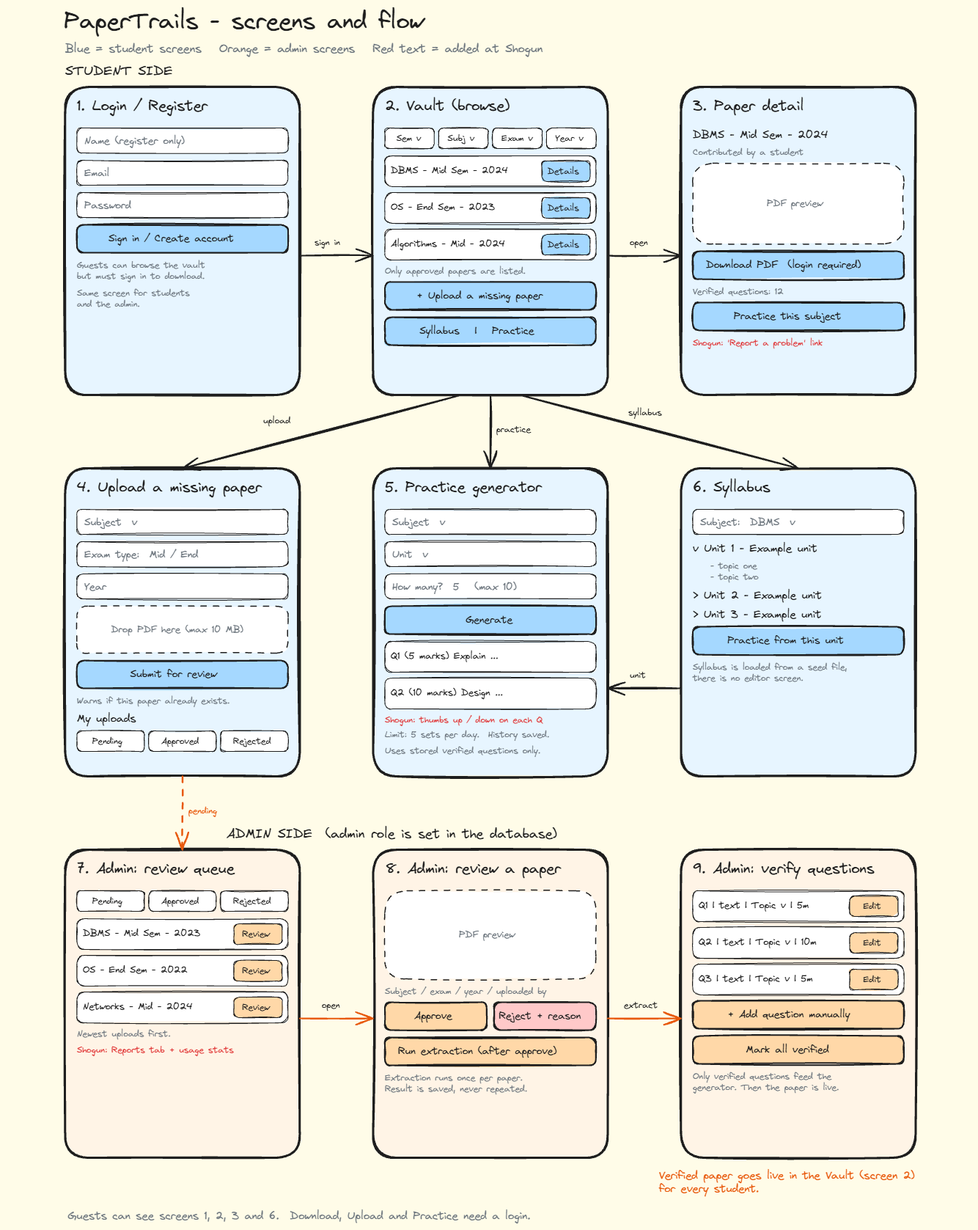
techiedanish/PaperTrail keeps this Excalidraw diagram as docs/sketch.png. Above is the earlier version. Source tidied: one line per element, renumbered; positions are measured from the earlier drawing's top-left corner, leaving out a move shared by most shapes.
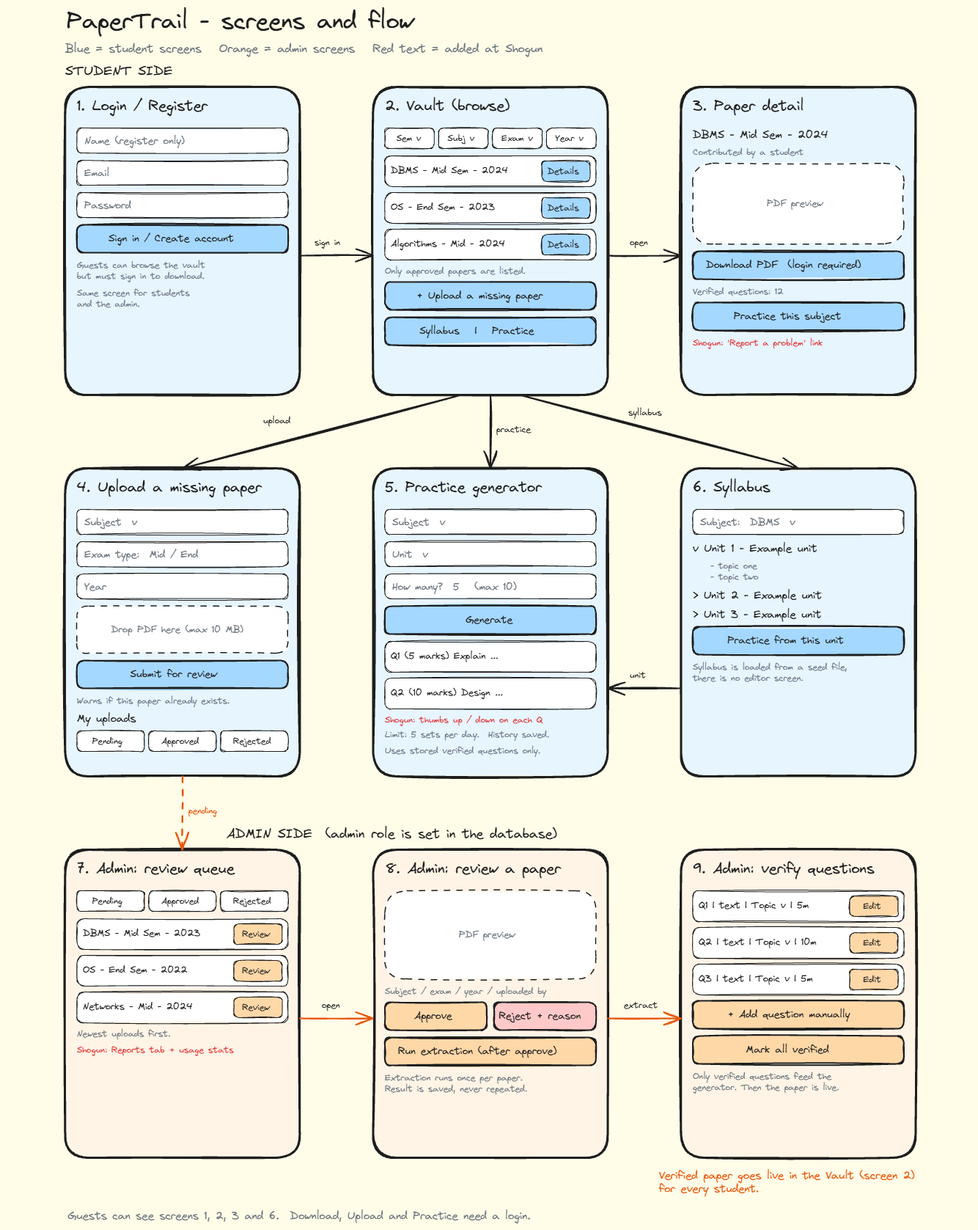
Later version of the same file.

The edit, as a diff of the source:
```diff
@@ -1,4 +1,4 @@
-{"id": 0, "type": "text", "text": "PaperTrails - screens and flow", "strokeColor": "#1e1e1e", "strokeWidth": 1, "roughness": 1, "fontSize": 32, "fontFamily": 1, "textAlign": "right", "x": 77, "y": 0, "width": 491, "height": 40}
+{"id": 0, "type": "text", "text": "PaperTrail - screens and flow", "strokeColor": "#1e1e1e", "strokeWidth": 1, "roughness": 1, "fontSize": 32, "fontFamily": 1, "textAlign": "right", "x": 81, "y": 0, "width": 473, "height": 40}
 {"id": 1, "type": "text", "text": "Blue = student screens   Orange = admin screens   Red text = added at Shogun", "strokeColor": "#6c757d", "strokeWidth": 1, "roughness": 1, "fontSize": 16, "fontFamily": 1, "x": 79, "y": 47, "width": 730, "height": 20}
 {"id": 2, "type": "text", "text": "STUDENT SIDE", "strokeColor": "#1e1e1e", "strokeWidth": 1, "roughness": 1, "fontSize": 18, "fontFamily": 1, "x": 79, "y": 77, "width": 130, "height": 22}
 {"id": 3, "type": "text", "text": "ADMIN SIDE  (admin role is set in the database)", "strokeColor": "#1e1e1e", "strokeWidth": 1, "roughness": 1, "fontSize": 18, "fontFamily": 1, "x": 299, "y": 1117, "width": 508, "height": 22}
```
